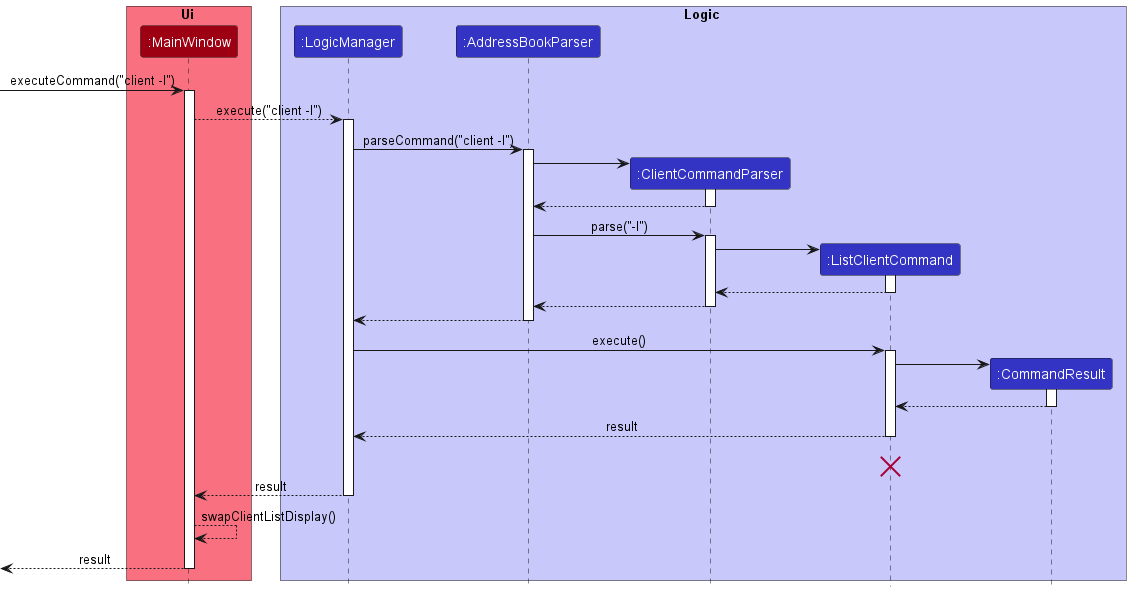
nus-cs2103-AY2223S1/tp keeps this PlantUML diagram as docs/images/ListSequenceDiagram.png. Above is the earlier version.
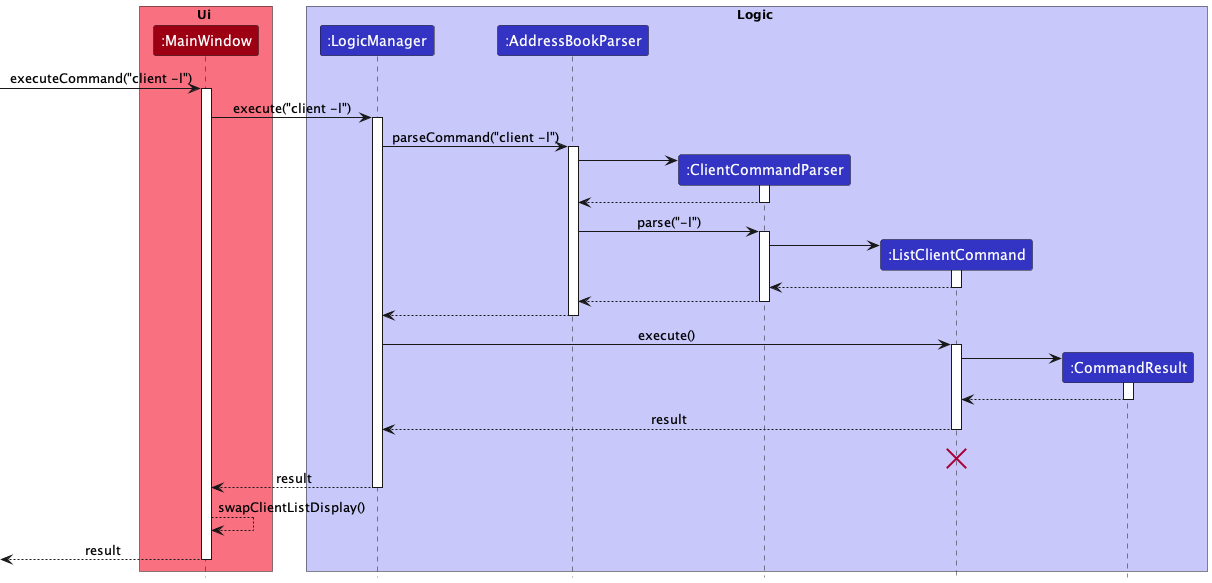
The same diagram one commit later.

Diff of the diagram source:
```diff
@@ -16,7 +16,7 @@
 [-> MainWindow : executeCommand("client -l")
 activate MainWindow
 
-MainWindow --> LogicManager : execute("client -l")
+MainWindow -> LogicManager : execute("client -l")
 activate LogicManager
 
 LogicManager -> AddressBookParser : parseCommand("client -l")
```
